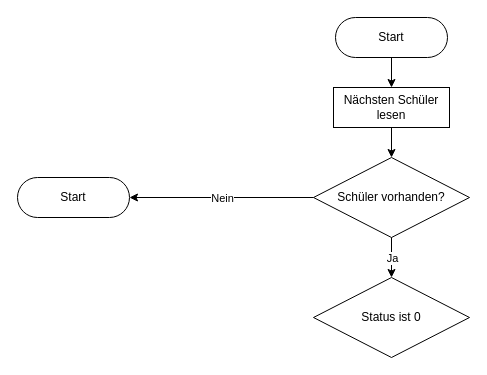
Earlier version of the draw.io diagram Projektauftrag/Datenimport.drawio (PlayWolfYT/M122). Source tidied: cells renumbered, new cells numbered last; positions are measured from the earlier drawing's top-left corner, leaving out a move shared by most shapes. Both pictures are drawn from the tidied source at 100%, with x=0, y=0 at pixel (17, 17).
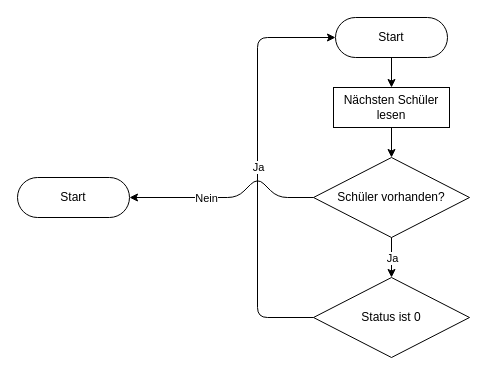
Above is the later version.

The edit, as a diff of the source:
```diff
@@
 <mxGraphModel>
   <root>
     <mxCell id="0" />
     <mxCell id="1" parent="0" />
     <mxCell id="2" style="edgeStyle=orthogonalEdgeStyle;rounded=0;jettySize=auto;html=1;exitX=0.5;exitY=1;exitDx=0;exitDy=0;entryX=0.5;entryY=0;entryDx=0;entryDy=0;" parent="1" edge="1" source="3" target="5">
       <mxGeometry relative="1" as="geometry" />
     </mxCell>
     <mxCell id="3" value="Start" style="rounded=1;whiteSpace=wrap;html=1;arcSize=50;" parent="1" vertex="1">
       <mxGeometry x="318" width="112" height="40" as="geometry" />
     </mxCell>
     <mxCell id="4" style="edgeStyle=orthogonalEdgeStyle;rounded=0;jettySize=auto;html=1;exitX=0.5;exitY=1;exitDx=0;exitDy=0;entryX=0.5;entryY=0;entryDx=0;entryDy=0;" parent="1" edge="1" source="5" target="6">
       <mxGeometry relative="1" as="geometry" />
     </mxCell>
     <mxCell id="5" value="Nächsten Schüler lesen" style="rounded=0;whiteSpace=wrap;html=1;" parent="1" vertex="1">
       <mxGeometry x="316" y="70" width="116" height="40" as="geometry" />
     </mxCell>
     <mxCell id="6" value="Schüler vorhanden?" style="rhombus;whiteSpace=wrap;html=1;rounded=0;" parent="1" vertex="1">
       <mxGeometry x="296" y="140" width="156" height="80" as="geometry" />
     </mxCell>
     <mxCell id="7" value="Start" style="rounded=1;whiteSpace=wrap;html=1;arcSize=50;" parent="1" vertex="1">
       <mxGeometry y="160" width="112" height="40" as="geometry" />
     </mxCell>
     <mxCell id="8" style="endArrow=classic;html=1;entryX=1;entryY=0.5;entryDx=0;entryDy=0;exitX=0;exitY=0.5;exitDx=0;exitDy=0;" parent="1" edge="1" source="6" target="7">
-      <mxGeometry relative="1" as="geometry" />
+      <mxGeometry relative="1" as="geometry">
+        <Array as="points">
+          <mxPoint x="260" y="180" />
+          <mxPoint x="240" y="160" />
+          <mxPoint x="220" y="180" />
+        </Array>
+      </mxGeometry>
     </mxCell>
     <mxCell id="9" value="Nein" style="edgeLabel;html=1;align=center;verticalAlign=middle;" parent="8" vertex="1">
-      <mxGeometry relative="1" as="geometry" />
+      <mxGeometry relative="1" as="geometry">
+        <mxPoint x="-24" as="offset" />
+      </mxGeometry>
     </mxCell>
     <mxCell id="10" value="Status ist 0" style="rhombus;whiteSpace=wrap;html=1;rounded=0;" parent="1" vertex="1">
       <mxGeometry x="296" y="260" width="156" height="80" as="geometry" />
     </mxCell>
     <mxCell id="11" style="endArrow=classic;html=1;entryX=0.5;entryY=0;entryDx=0;entryDy=0;exitX=0.5;exitY=1;exitDx=0;exitDy=0;" parent="1" edge="1" source="6" target="10">
       <mxGeometry relative="1" as="geometry" />
     </mxCell>
     <mxCell id="12" value="Ja" style="edgeLabel;html=1;align=center;verticalAlign=middle;" parent="11" vertex="1">
       <mxGeometry relative="1" as="geometry" />
     </mxCell>
+    <mxCell id="13" style="endArrow=classic;html=1;exitX=0;exitY=0.5;exitDx=0;exitDy=0;entryX=0;entryY=0.5;entryDx=0;entryDy=0;" parent="1" edge="1" source="10" target="3">
+      <mxGeometry relative="1" as="geometry">
+        <Array as="points">
+          <mxPoint x="240" y="300" />
+          <mxPoint x="240" y="20" />
+        </Array>
+      </mxGeometry>
+    </mxCell>
+    <mxCell id="14" value="Ja" style="edgeLabel;html=1;align=center;verticalAlign=middle;" parent="13" vertex="1">
+      <mxGeometry relative="1" as="geometry" />
+    </mxCell>
   </root>
 </mxGraphModel>
```
